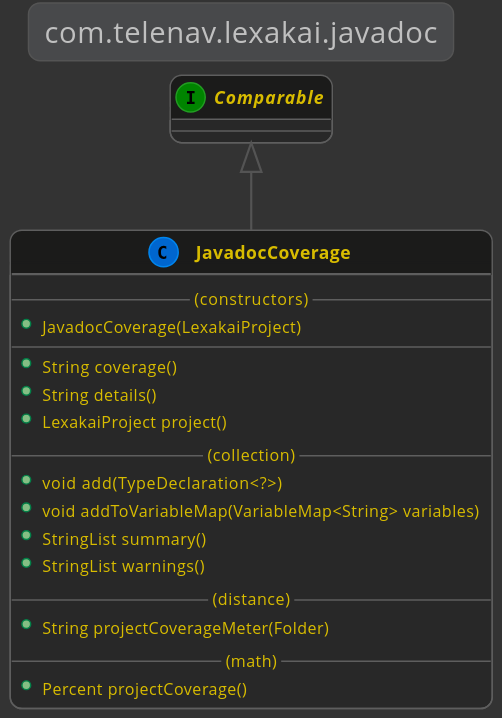
Telenav/lexakai keeps this PlantUML diagram as documentation/lexakai/output/documentation/diagrams/com.telenav.lexakai.javadoc.svg. Above is the earlier version.
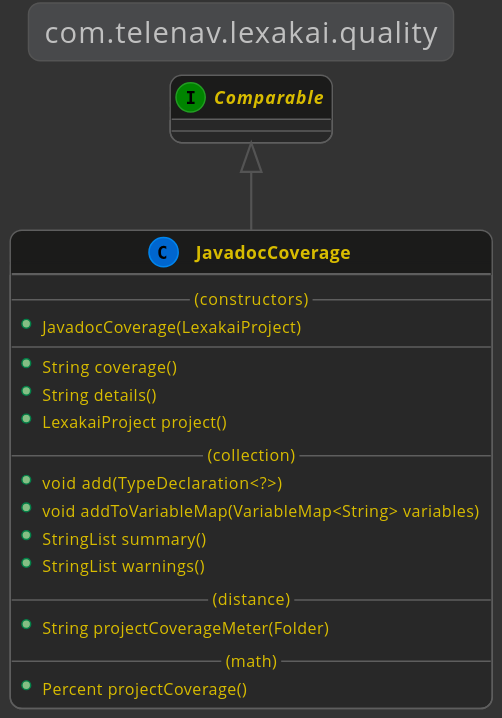
The same file after the commit.

The edit, as a diff of the source:
```diff
@@ -6,11 +6,11 @@
 
     interface Comparable
 
-    Comparable <|-- JavadocCoverage
-    class JavadocCoverage
+    Comparable <|-- CodeQualityAnalysis
+    class CodeQualityAnalysis
     {
         --(constructors)--
-        +JavadocCoverage(LexakaiProject)
+        +CodeQualityAnalysis(LexakaiProject)
         --
         +String coverage()
         +String details()
```
